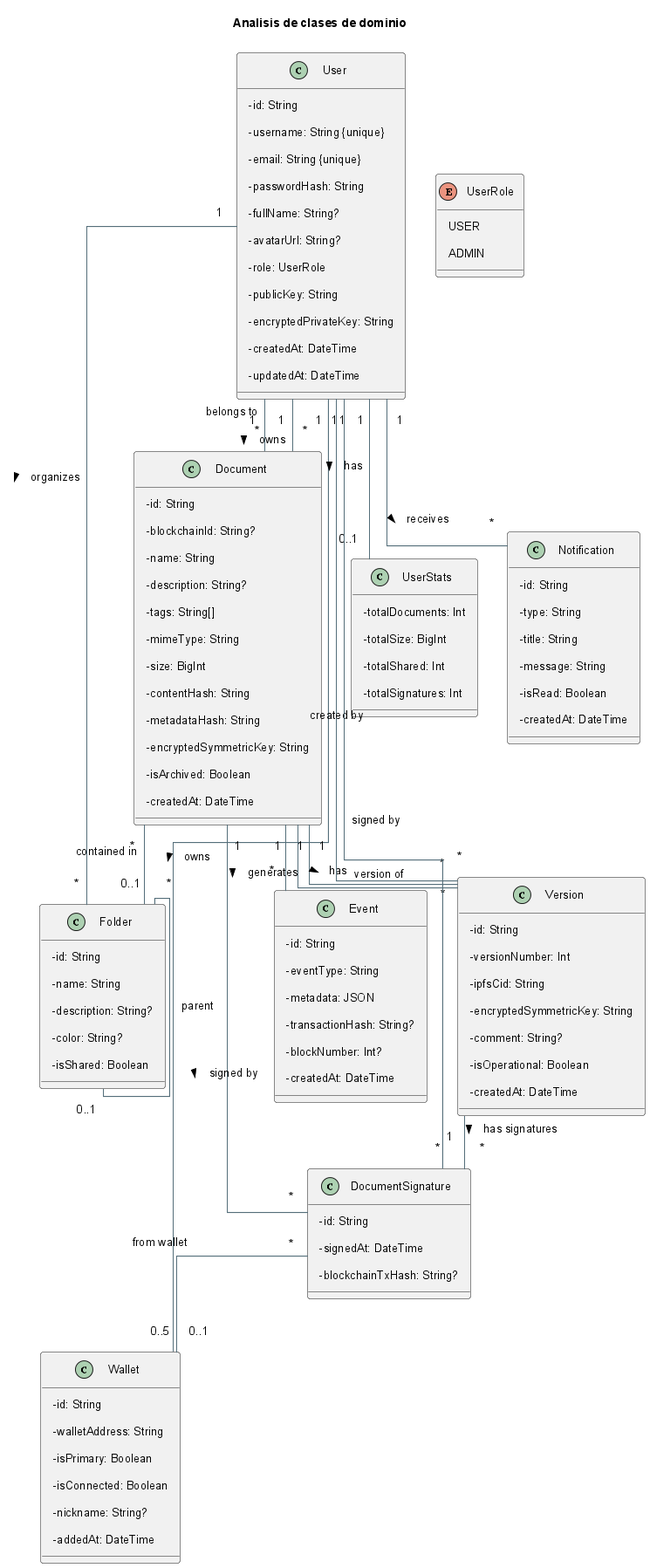
The PlantUML diagram anexos/diagramas/class-analysis.png in ErDeivih/DocumentChain, before a commit.
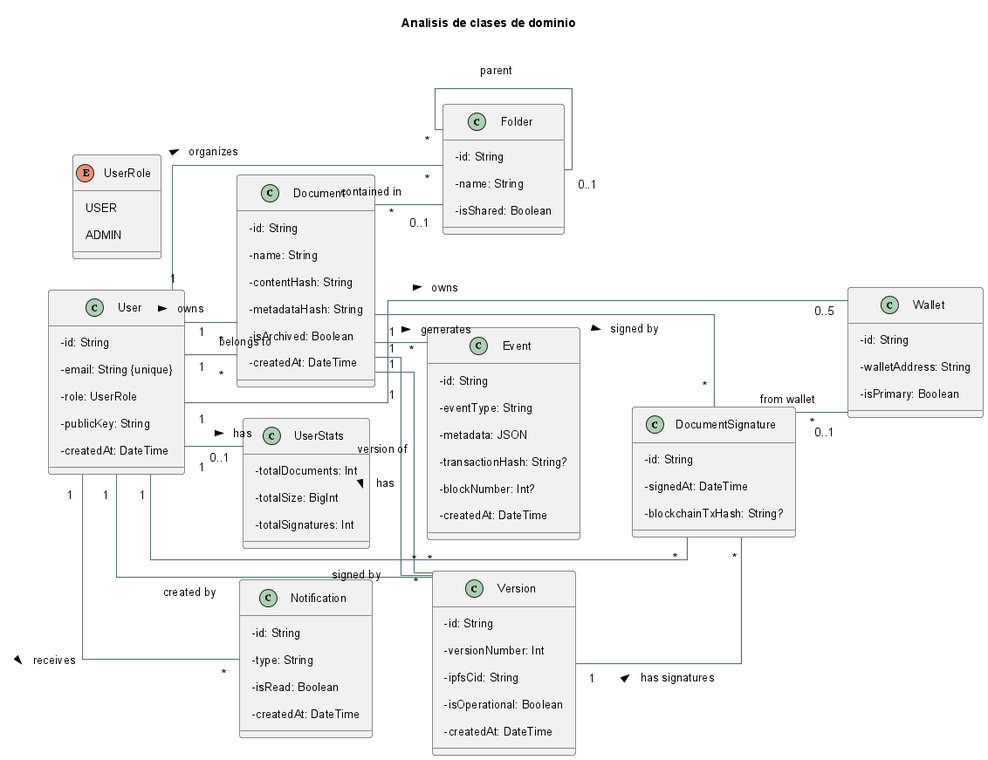
Above is the later version.

Change to the diagram source:
```diff
@@ -2,19 +2,14 @@
 !include _structure-style.puml
 title Analisis de clases de dominio
 skinparam classAttributeIconSize 0
+left to right direction
 
 class User {
     - id: String
-    - username: String {unique}
     - email: String {unique}
-    - passwordHash: String
-    - fullName: String?
-    - avatarUrl: String?
     - role: UserRole
     - publicKey: String
-    - encryptedPrivateKey: String
     - createdAt: DateTime
-    - updatedAt: DateTime
 }
 
 enum UserRole {
@@ -26,22 +21,13 @@
     - id: String
     - walletAddress: String
     - isPrimary: Boolean
-    - isConnected: Boolean
-    - nickname: String?
-    - addedAt: DateTime
 }
 
 class Document {
     - id: String
-    - blockchainId: String?
     - name: String
-    - description: String?
-    - tags: String[]
-    - mimeType: String
-    - size: BigInt
     - contentHash: String
     - metadataHash: String
-    - encryptedSymmetricKey: String
     - isArchived: Boolean
     - createdAt: DateTime
 }
@@ -50,8 +36,6 @@
     - id: String
     - versionNumber: Int
     - ipfsCid: String
-    - encryptedSymmetricKey: String
-    - comment: String?
     - isOperational: Boolean
     - createdAt: DateTime
 }
@@ -65,8 +49,6 @@
 class Folder {
     - id: String
     - name: String
-    - description: String?
-    - color: String?
     - isShared: Boolean
 }
 
@@ -82,15 +64,12 @@
 class UserStats {
     - totalDocuments: Int
     - totalSize: BigInt
-    - totalShared: Int
     - totalSignatures: Int
 }
 
 class Notification {
     - id: String
     - type: String
-    - title: String
-    - message: String
     - isRead: Boolean
     - createdAt: DateTime
 }
```
